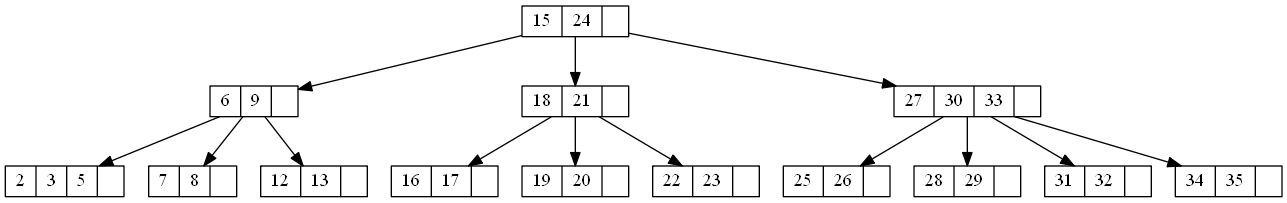
The Graphviz diagram Graphics/SOLIDTREE.png in Guillermo-O-C/EDD_1S20200_PY2_201801366, before a commit. Its source is kept beside it as TextFiles/SOLIDTREE.dot. Source of this version:
```dot
digraph G {
 node [shape = record,height=.1];15->6;
6->2;
6->7;
6->12;
15->18;
18->16;
18->19;
18->22;
15->27;
27->25;
27->28;
27->31;
27->34;
15[label = "<f0>15|<f1>24|"];
6[label = "<f0>6|<f1>9|"];
2[label = "<f0>2|<f1>3|<f2>5|"];
7[label = "<f0>7|<f1>8|"];
12[label = "<f0>12|<f1>13|"];
18[label = "<f0>18|<f1>21|"];
16[label = "<f0>16|<f1>17|"];
19[label = "<f0>19|<f1>20|"];
22[label = "<f0>22|<f1>23|"];
27[label = "<f0>27|<f1>30|<f2>33|"];
25[label = "<f0>25|<f1>26|"];
28[label = "<f0>28|<f1>29|"];
31[label = "<f0>31|<f1>32|"];
34[label = "<f0>34|<f1>35|"];
}
```
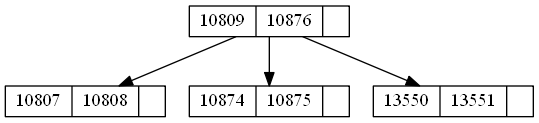
The same diagram one commit later.

The edit, as a diff of the source:
```diff
@@ -1,29 +1,9 @@
 digraph G {
- node [shape = record,height=.1];15->6;
-6->2;
-6->7;
-6->12;
-15->18;
-18->16;
-18->19;
-18->22;
-15->27;
-27->25;
-27->28;
-27->31;
-27->34;
-15[label = "<f0>15|<f1>24|"];
-6[label = "<f0>6|<f1>9|"];
-2[label = "<f0>2|<f1>3|<f2>5|"];
-7[label = "<f0>7|<f1>8|"];
-12[label = "<f0>12|<f1>13|"];
-18[label = "<f0>18|<f1>21|"];
-16[label = "<f0>16|<f1>17|"];
-19[label = "<f0>19|<f1>20|"];
-22[label = "<f0>22|<f1>23|"];
-27[label = "<f0>27|<f1>30|<f2>33|"];
-25[label = "<f0>25|<f1>26|"];
-28[label = "<f0>28|<f1>29|"];
-31[label = "<f0>31|<f1>32|"];
-34[label = "<f0>34|<f1>35|"];
+ node [shape = record,height=.1];10809->10807;
+10809->10874;
+10809->13550;
+10809[label = "<f0>10809|<f1>10876|"];
+10807[label = "<f0>10807|<f1>10808|"];
+10874[label = "<f0>10874|<f1>10875|"];
+13550[label = "<f0>13550|<f1>13551|"];
 }
```
